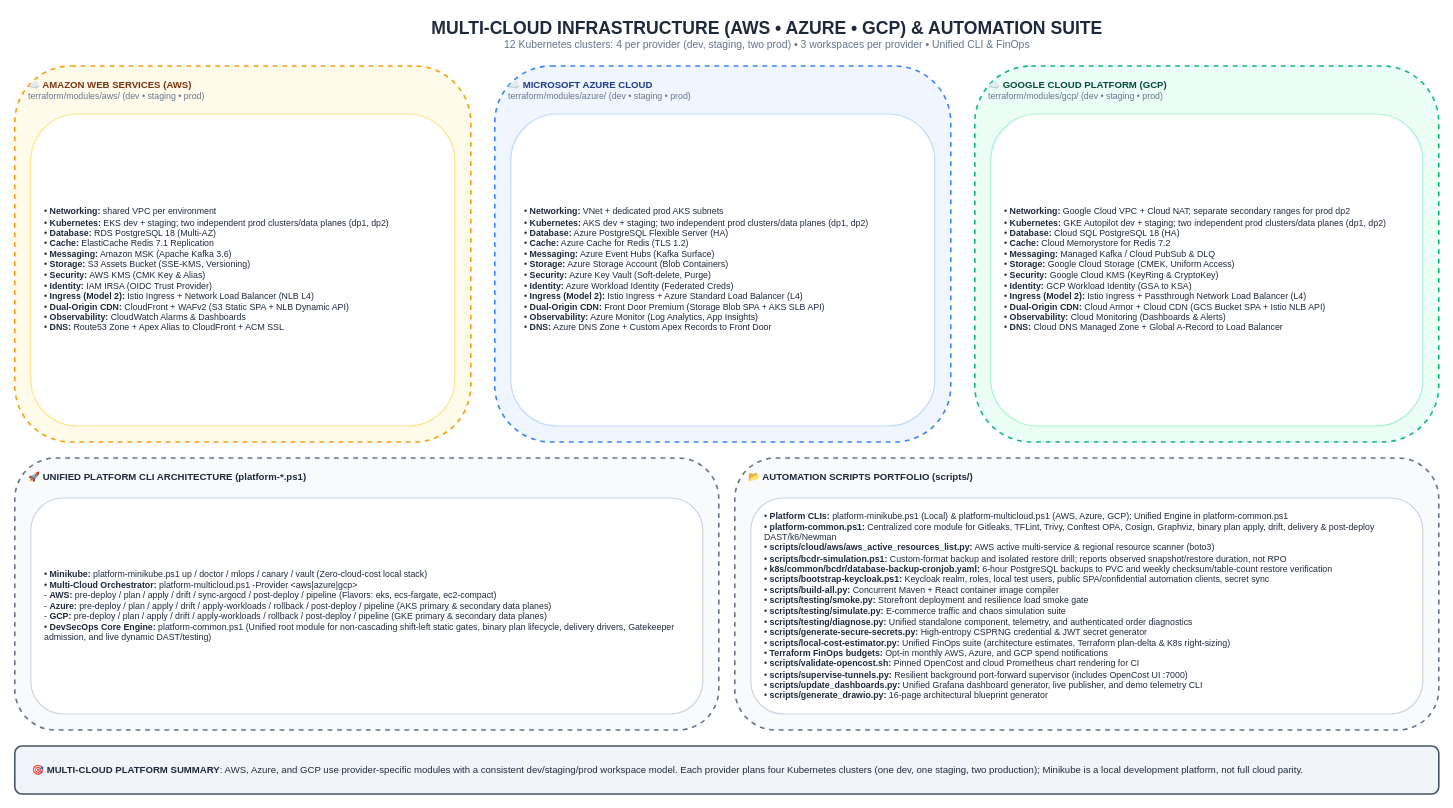
Before: page "11. Multi-Cloud IaC & CLI Automation Suite" (11 of 16) of docs/Diagrams.drawio in GeorgeGxx/microservices-architecture, a draw.io diagram. Source tidied: cells renumbered, new cells numbered last; positions are measured from the earlier drawing's top-left corner, leaving out a move shared by most shapes. Both pictures are drawn from the tidied source at 80%, with x=0, y=0 at pixel (14, 14).
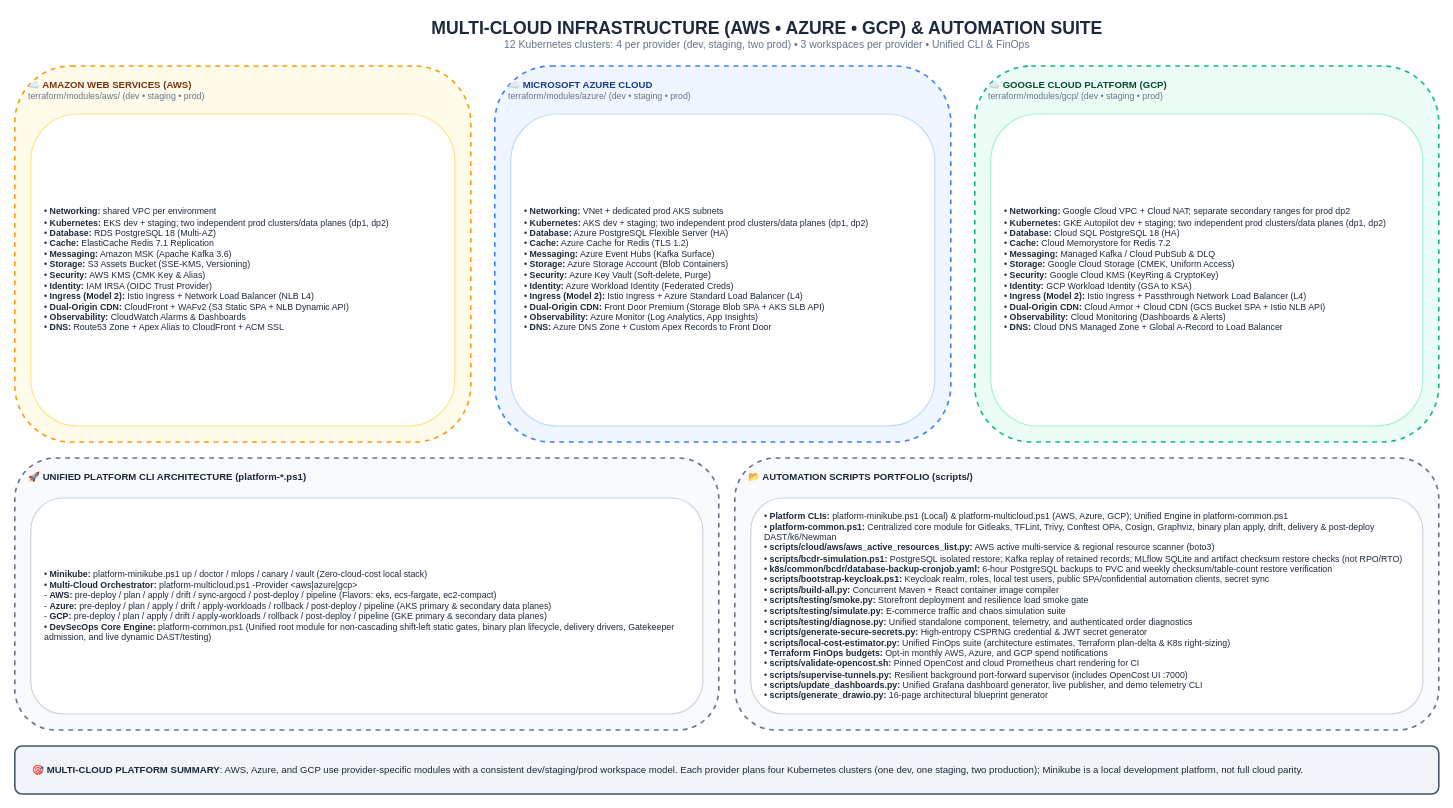
Above is the later version.

The edit, as a diff of the source:
```diff
@@
 <mxGraphModel>
   <root>
     <mxCell id="0" />
     <mxCell id="1" parent="0" />
     <mxCell id="2" value="&lt;b style='font-size:22px;color:#1E293B;'&gt;MULTI-CLOUD INFRASTRUCTURE (AWS • AZURE • GCP) &amp; AUTOMATION SUITE&lt;/b&gt;&lt;br&gt;&lt;span style='font-size:13px;color:#64748B;'&gt;12 Kubernetes clusters: 4 per provider (dev, staging, two prod) • 3 workspaces per provider • Unified CLI &amp; FinOps&lt;/span&gt;" style="text;html=1;align=center;verticalAlign=middle;rounded=0;" parent="1" vertex="1">
       <mxGeometry x="240" width="1400" height="50" as="geometry" />
     </mxCell>
     <mxCell id="3" value="&lt;b&gt;☁️ AMAZON WEB SERVICES (AWS)&lt;/b&gt;&lt;br&gt;&lt;span style='font-size:11px;color:#64748B;'&gt;terraform/modules/aws/ (dev • staging • prod)&lt;/span&gt;" style="rounded=1;whiteSpace=wrap;html=1;fillColor=#FFFBEB;strokeColor=#F59E0B;strokeWidth=2;verticalAlign=top;align=left;spacingLeft=15;spacingTop=10;fontColor=#78350F;fontSize=12;dashed=1;" parent="1" vertex="1">
       <mxGeometry y="65" width="570" height="470" as="geometry" />
     </mxCell>
     <mxCell id="4" value="• &lt;b&gt;Networking:&lt;/b&gt; shared VPC per environment&lt;br&gt;• &lt;b&gt;Kubernetes:&lt;/b&gt; EKS dev + staging; two independent prod clusters/data planes (dp1, dp2)&lt;br&gt;• &lt;b&gt;Database:&lt;/b&gt; RDS PostgreSQL 18 (Multi-AZ)&lt;br&gt;• &lt;b&gt;Cache:&lt;/b&gt; ElastiCache Redis 7.1 Replication&lt;br&gt;• &lt;b&gt;Messaging:&lt;/b&gt; Amazon MSK (Apache Kafka 3.6)&lt;br&gt;• &lt;b&gt;Storage:&lt;/b&gt; S3 Assets Bucket (SSE-KMS, Versioning)&lt;br&gt;• &lt;b&gt;Security:&lt;/b&gt; AWS KMS (CMK Key &amp; Alias)&lt;br&gt;• &lt;b&gt;Identity:&lt;/b&gt; IAM IRSA (OIDC Trust Provider)&lt;br&gt;• &lt;b&gt;Ingress (Model 2):&lt;/b&gt; Istio Ingress + Network Load Balancer (NLB L4)&lt;br&gt;• &lt;b&gt;Dual-Origin CDN:&lt;/b&gt; CloudFront + WAFv2 (S3 Static SPA + NLB Dynamic API)&lt;br&gt;• &lt;b&gt;Observability:&lt;/b&gt; CloudWatch Alarms &amp; Dashboards&lt;br&gt;• &lt;b&gt;DNS:&lt;/b&gt; Route53 Zone + Apex Alias to CloudFront + ACM SSL" style="rounded=1;whiteSpace=wrap;html=1;fillColor=#FFFFFF;strokeColor=#FDE68A;strokeWidth=1.5;fontColor=#1E293B;fontSize=11;align=left;spacingLeft=15;" parent="1" vertex="1">
       <mxGeometry x="20" y="125" width="530" height="390" as="geometry" />
     </mxCell>
     <mxCell id="5" value="&lt;b&gt;☁️ MICROSOFT AZURE CLOUD&lt;/b&gt;&lt;br&gt;&lt;span style='font-size:11px;color:#64748B;'&gt;terraform/modules/azure/ (dev • staging • prod)&lt;/span&gt;" style="rounded=1;whiteSpace=wrap;html=1;fillColor=#EFF6FF;strokeColor=#3B82F6;strokeWidth=2;verticalAlign=top;align=left;spacingLeft=15;spacingTop=10;fontColor=#1E3A8A;fontSize=12;dashed=1;" parent="1" vertex="1">
       <mxGeometry x="600" y="65" width="570" height="470" as="geometry" />
     </mxCell>
     <mxCell id="6" value="• &lt;b&gt;Networking:&lt;/b&gt; VNet + dedicated prod AKS subnets&lt;br&gt;• &lt;b&gt;Kubernetes:&lt;/b&gt; AKS dev + staging; two independent prod clusters/data planes (dp1, dp2)&lt;br&gt;• &lt;b&gt;Database:&lt;/b&gt; Azure PostgreSQL Flexible Server (HA)&lt;br&gt;• &lt;b&gt;Cache:&lt;/b&gt; Azure Cache for Redis (TLS 1.2)&lt;br&gt;• &lt;b&gt;Messaging:&lt;/b&gt; Azure Event Hubs (Kafka Surface)&lt;br&gt;• &lt;b&gt;Storage:&lt;/b&gt; Azure Storage Account (Blob Containers)&lt;br&gt;• &lt;b&gt;Security:&lt;/b&gt; Azure Key Vault (Soft-delete, Purge)&lt;br&gt;• &lt;b&gt;Identity:&lt;/b&gt; Azure Workload Identity (Federated Creds)&lt;br&gt;• &lt;b&gt;Ingress (Model 2):&lt;/b&gt; Istio Ingress + Azure Standard Load Balancer (L4)&lt;br&gt;• &lt;b&gt;Dual-Origin CDN:&lt;/b&gt; Front Door Premium (Storage Blob SPA + AKS SLB API)&lt;br&gt;• &lt;b&gt;Observability:&lt;/b&gt; Azure Monitor (Log Analytics, App Insights)&lt;br&gt;• &lt;b&gt;DNS:&lt;/b&gt; Azure DNS Zone + Custom Apex Records to Front Door" style="rounded=1;whiteSpace=wrap;html=1;fillColor=#FFFFFF;strokeColor=#BFDBFE;strokeWidth=1.5;fontColor=#1E293B;fontSize=11;align=left;spacingLeft=15;" parent="1" vertex="1">
       <mxGeometry x="620" y="125" width="530" height="390" as="geometry" />
     </mxCell>
     <mxCell id="7" value="&lt;b&gt;☁️ GOOGLE CLOUD PLATFORM (GCP)&lt;/b&gt;&lt;br&gt;&lt;span style='font-size:11px;color:#64748B;'&gt;terraform/modules/gcp/ (dev • staging • prod)&lt;/span&gt;" style="rounded=1;whiteSpace=wrap;html=1;fillColor=#ECFDF5;strokeColor=#10B981;strokeWidth=2;verticalAlign=top;align=left;spacingLeft=15;spacingTop=10;fontColor=#064E3B;fontSize=12;dashed=1;" parent="1" vertex="1">
       <mxGeometry x="1200" y="65" width="580" height="470" as="geometry" />
     </mxCell>
     <mxCell id="8" value="• &lt;b&gt;Networking:&lt;/b&gt; Google Cloud VPC + Cloud NAT; separate secondary ranges for prod dp2&lt;br&gt;• &lt;b&gt;Kubernetes:&lt;/b&gt; GKE Autopilot dev + staging; two independent prod clusters/data planes (dp1, dp2)&lt;br&gt;• &lt;b&gt;Database:&lt;/b&gt; Cloud SQL PostgreSQL 18 (HA)&lt;br&gt;• &lt;b&gt;Cache:&lt;/b&gt; Cloud Memorystore for Redis 7.2&lt;br&gt;• &lt;b&gt;Messaging:&lt;/b&gt; Managed Kafka / Cloud PubSub &amp; DLQ&lt;br&gt;• &lt;b&gt;Storage:&lt;/b&gt; Google Cloud Storage (CMEK, Uniform Access)&lt;br&gt;• &lt;b&gt;Security:&lt;/b&gt; Google Cloud KMS (KeyRing &amp; CryptoKey)&lt;br&gt;• &lt;b&gt;Identity:&lt;/b&gt; GCP Workload Identity (GSA to KSA)&lt;br&gt;• &lt;b&gt;Ingress (Model 2):&lt;/b&gt; Istio Ingress + Passthrough Network Load Balancer (L4)&lt;br&gt;• &lt;b&gt;Dual-Origin CDN:&lt;/b&gt; Cloud Armor + Cloud CDN (GCS Bucket SPA + Istio NLB API)&lt;br&gt;• &lt;b&gt;Observability:&lt;/b&gt; Cloud Monitoring (Dashboards &amp; Alerts)&lt;br&gt;• &lt;b&gt;DNS:&lt;/b&gt; Cloud DNS Managed Zone + Global A-Record to Load Balancer" style="rounded=1;whiteSpace=wrap;html=1;fillColor=#FFFFFF;strokeColor=#A7F3D0;strokeWidth=1.5;fontColor=#1E293B;fontSize=11;align=left;spacingLeft=15;" parent="1" vertex="1">
       <mxGeometry x="1220" y="125" width="540" height="390" as="geometry" />
     </mxCell>
     <mxCell id="9" value="&lt;b&gt;🚀 UNIFIED PLATFORM CLI ARCHITECTURE (platform-*.ps1)&lt;/b&gt;" style="rounded=1;whiteSpace=wrap;html=1;fillColor=#F8FAFC;strokeColor=#64748B;strokeWidth=2;verticalAlign=top;align=left;spacingLeft=15;spacingTop=10;fontColor=#1E293B;fontSize=12;dashed=1;" parent="1" vertex="1">
       <mxGeometry y="555" width="880" height="340" as="geometry" />
     </mxCell>
     <mxCell id="10" value="• &lt;b&gt;Minikube:&lt;/b&gt; platform-minikube.ps1 up / doctor / mlops / canary / vault (Zero-cloud-cost local stack)&lt;br&gt;• &lt;b&gt;Multi-Cloud Orchestrator:&lt;/b&gt; platform-multicloud.ps1 -Provider &amp;lt;aws|azure|gcp&amp;gt;&lt;br&gt;  - &lt;b&gt;AWS:&lt;/b&gt; pre-deploy / plan / apply / drift / sync-argocd / post-deploy / pipeline (Flavors: eks, ecs-fargate, ec2-compact)&lt;br&gt;  - &lt;b&gt;Azure:&lt;/b&gt; pre-deploy / plan / apply / drift / apply-workloads / rollback / post-deploy / pipeline (AKS primary &amp; secondary data planes)&lt;br&gt;  - &lt;b&gt;GCP:&lt;/b&gt; pre-deploy / plan / apply / drift / apply-workloads / rollback / post-deploy / pipeline (GKE primary &amp; secondary data planes)&lt;br&gt;• &lt;b&gt;DevSecOps Core Engine:&lt;/b&gt; platform-common.ps1 (Unified root module for non-cascading shift-left static gates, binary plan lifecycle, delivery drivers, Gatekeeper admission, and live dynamic DAST/testing)" style="rounded=1;whiteSpace=wrap;html=1;fillColor=#FFFFFF;strokeColor=#CBD5E1;strokeWidth=1.5;fontColor=#1E293B;fontSize=11;align=left;spacingLeft=15;" parent="1" vertex="1">
       <mxGeometry x="20" y="605" width="840" height="270" as="geometry" />
     </mxCell>
     <mxCell id="11" value="&lt;b&gt;📂 AUTOMATION SCRIPTS PORTFOLIO (scripts/)&lt;/b&gt;" style="rounded=1;whiteSpace=wrap;html=1;fillColor=#F8FAFC;strokeColor=#64748B;strokeWidth=2;verticalAlign=top;align=left;spacingLeft=15;spacingTop=10;fontColor=#1E293B;fontSize=12;dashed=1;" parent="1" vertex="1">
       <mxGeometry x="900" y="555" width="880" height="340" as="geometry" />
     </mxCell>
-    <mxCell id="12" value="• &lt;b&gt;Platform CLIs:&lt;/b&gt; platform-minikube.ps1 (Local) &amp; platform-multicloud.ps1 (AWS, Azure, GCP); Unified Engine in platform-common.ps1&lt;br&gt;• &lt;b&gt;platform-common.ps1:&lt;/b&gt; Centralized core module for Gitleaks, TFLint, Trivy, Conftest OPA, Cosign, Graphviz, binary plan apply, drift, delivery &amp; post-deploy DAST/k6/Newman&lt;br&gt;• &lt;b&gt;scripts/cloud/aws/aws_active_resources_list.py:&lt;/b&gt; AWS active multi-service &amp; regional resource scanner (boto3)&lt;br&gt;• &lt;b&gt;scripts/bcdr-simulation.ps1:&lt;/b&gt; Custom-format backup and isolated restore drill; reports observed snapshot/restore duration, not RPO&lt;br&gt;• &lt;b&gt;k8s/common/bcdr/database-backup-cronjob.yaml:&lt;/b&gt; 6-hour PostgreSQL backups to PVC and weekly checksum/table-count restore verification&lt;br&gt;• &lt;b&gt;scripts/bootstrap-keycloak.ps1:&lt;/b&gt; Keycloak realm, roles, local test users, public SPA/confidential automation clients, secret sync&lt;br&gt;• &lt;b&gt;scripts/build-all.py:&lt;/b&gt; Concurrent Maven + React container image compiler&lt;br&gt;• &lt;b&gt;scripts/testing/smoke.py:&lt;/b&gt; Storefront deployment and resilience load smoke gate&lt;br&gt;• &lt;b&gt;scripts/testing/simulate.py:&lt;/b&gt; E-commerce traffic and chaos simulation suite&lt;br&gt;• &lt;b&gt;scripts/testing/diagnose.py:&lt;/b&gt; Unified standalone component, telemetry, and authenticated order diagnostics&lt;br&gt;• &lt;b&gt;scripts/generate-secure-secrets.py:&lt;/b&gt; High-entropy CSPRNG credential &amp; JWT secret generator&lt;br&gt;• &lt;b&gt;scripts/local-cost-estimator.py:&lt;/b&gt; Unified FinOps suite (architecture estimates, Terraform plan-delta &amp; K8s right-sizing)&lt;br&gt;• &lt;b&gt;Terraform FinOps budgets:&lt;/b&gt; Opt-in monthly AWS, Azure, and GCP spend notifications&lt;br&gt;• &lt;b&gt;scripts/validate-opencost.sh:&lt;/b&gt; Pinned OpenCost and cloud Prometheus chart rendering for CI&lt;br&gt;• &lt;b&gt;scripts/supervise-tunnels.py:&lt;/b&gt; Resilient background port-forward supervisor (includes OpenCost UI :7000)&lt;br&gt;• &lt;b&gt;scripts/update_dashboards.py:&lt;/b&gt; Unified Grafana dashboard generator, live publisher, and demo telemetry CLI&lt;br&gt;• &lt;b&gt;scripts/generate_drawio.py:&lt;/b&gt; 16-page architectural blueprint generator" style="rounded=1;whiteSpace=wrap;html=1;fillColor=#FFFFFF;strokeColor=#CBD5E1;strokeWidth=1.5;fontColor=#1E293B;fontSize=11;align=left;spacingLeft=15;" parent="1" vertex="1">
+    <mxCell id="12" value="• &lt;b&gt;Platform CLIs:&lt;/b&gt; platform-minikube.ps1 (Local) &amp; platform-multicloud.ps1 (AWS, Azure, GCP); Unified Engine in platform-common.ps1&lt;br&gt;• &lt;b&gt;platform-common.ps1:&lt;/b&gt; Centralized core module for Gitleaks, TFLint, Trivy, Conftest OPA, Cosign, Graphviz, binary plan apply, drift, delivery &amp; post-deploy DAST/k6/Newman&lt;br&gt;• &lt;b&gt;scripts/cloud/aws/aws_active_resources_list.py:&lt;/b&gt; AWS active multi-service &amp; regional resource scanner (boto3)&lt;br&gt;• &lt;b&gt;scripts/bcdr-simulation.ps1:&lt;/b&gt; PostgreSQL isolated restore; Kafka replay of retained records; MLflow SQLite and artifact checksum restore checks (not RPO/RTO)&lt;br&gt;• &lt;b&gt;k8s/common/bcdr/database-backup-cronjob.yaml:&lt;/b&gt; 6-hour PostgreSQL backups to PVC and weekly checksum/table-count restore verification&lt;br&gt;• &lt;b&gt;scripts/bootstrap-keycloak.ps1:&lt;/b&gt; Keycloak realm, roles, local test users, public SPA/confidential automation clients, secret sync&lt;br&gt;• &lt;b&gt;scripts/build-all.py:&lt;/b&gt; Concurrent Maven + React container image compiler&lt;br&gt;• &lt;b&gt;scripts/testing/smoke.py:&lt;/b&gt; Storefront deployment and resilience load smoke gate&lt;br&gt;• &lt;b&gt;scripts/testing/simulate.py:&lt;/b&gt; E-commerce traffic and chaos simulation suite&lt;br&gt;• &lt;b&gt;scripts/testing/diagnose.py:&lt;/b&gt; Unified standalone component, telemetry, and authenticated order diagnostics&lt;br&gt;• &lt;b&gt;scripts/generate-secure-secrets.py:&lt;/b&gt; High-entropy CSPRNG credential &amp; JWT secret generator&lt;br&gt;• &lt;b&gt;scripts/local-cost-estimator.py:&lt;/b&gt; Unified FinOps suite (architecture estimates, Terraform plan-delta &amp; K8s right-sizing)&lt;br&gt;• &lt;b&gt;Terraform FinOps budgets:&lt;/b&gt; Opt-in monthly AWS, Azure, and GCP spend notifications&lt;br&gt;• &lt;b&gt;scripts/validate-opencost.sh:&lt;/b&gt; Pinned OpenCost and cloud Prometheus chart rendering for CI&lt;br&gt;• &lt;b&gt;scripts/supervise-tunnels.py:&lt;/b&gt; Resilient background port-forward supervisor (includes OpenCost UI :7000)&lt;br&gt;• &lt;b&gt;scripts/update_dashboards.py:&lt;/b&gt; Unified Grafana dashboard generator, live publisher, and demo telemetry CLI&lt;br&gt;• &lt;b&gt;scripts/generate_drawio.py:&lt;/b&gt; 16-page architectural blueprint generator" style="rounded=1;whiteSpace=wrap;html=1;fillColor=#FFFFFF;strokeColor=#CBD5E1;strokeWidth=1.5;fontColor=#1E293B;fontSize=11;align=left;spacingLeft=15;" parent="1" vertex="1">
       <mxGeometry x="920" y="605" width="840" height="270" as="geometry" />
     </mxCell>
     <mxCell id="13" value="&lt;b&gt;🎯 MULTI-CLOUD PLATFORM SUMMARY&lt;/b&gt;: AWS, Azure, and GCP use provider-specific modules with a consistent dev/staging/prod workspace model. Each provider plans four Kubernetes clusters (one dev, one staging, two production); Minikube is a local development platform, not full cloud parity." style="rounded=1;whiteSpace=wrap;html=1;fillColor=#F1F5F9;strokeColor=#475569;strokeWidth=2;fontColor=#1E293B;fontSize=12;align=left;spacingLeft=20;" parent="1" vertex="1">
       <mxGeometry y="915" width="1780" height="60" as="geometry" />
     </mxCell>
   </root>
 </mxGraphModel>
```
